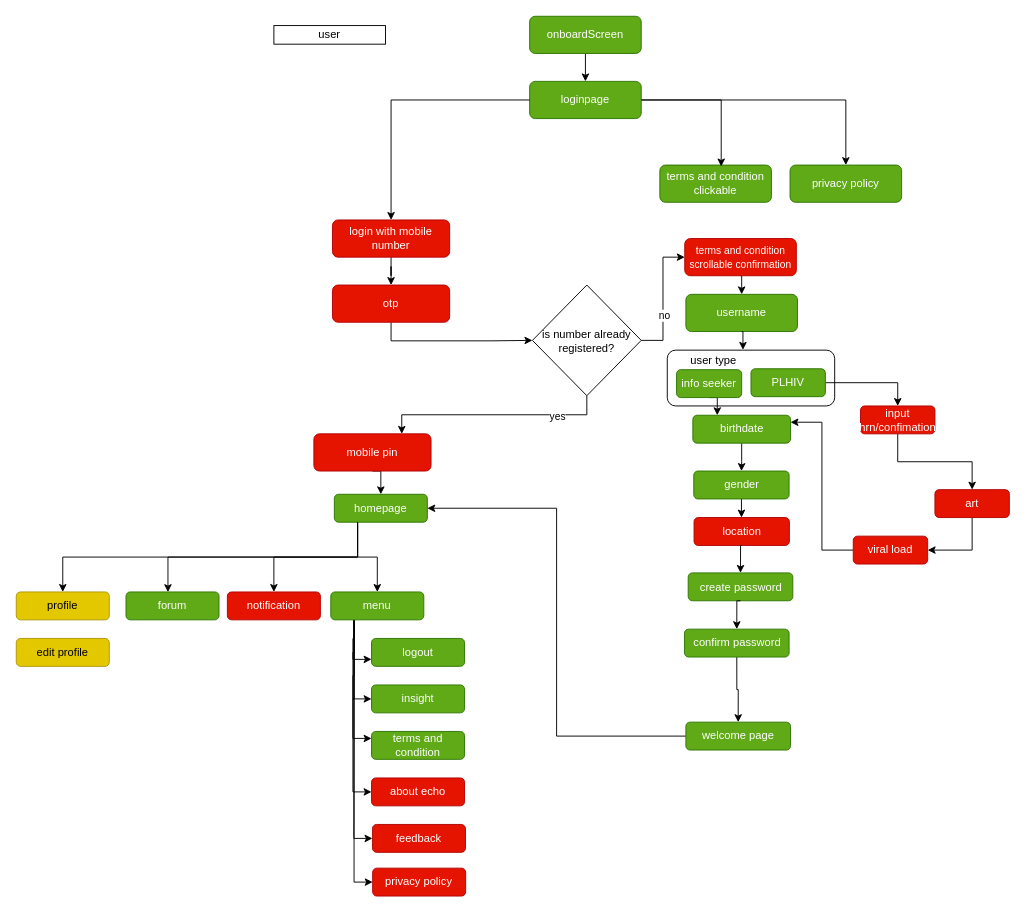
Before: Untitled Diagram.drawio in tehnczon/project-echo, a draw.io diagram. Source tidied: cells renumbered, new cells numbered last; positions are measured from the earlier drawing's top-left corner, leaving out a move shared by most shapes. Both pictures are drawn from the tidied source at 93%, with x=0, y=0 at pixel (16, 16).
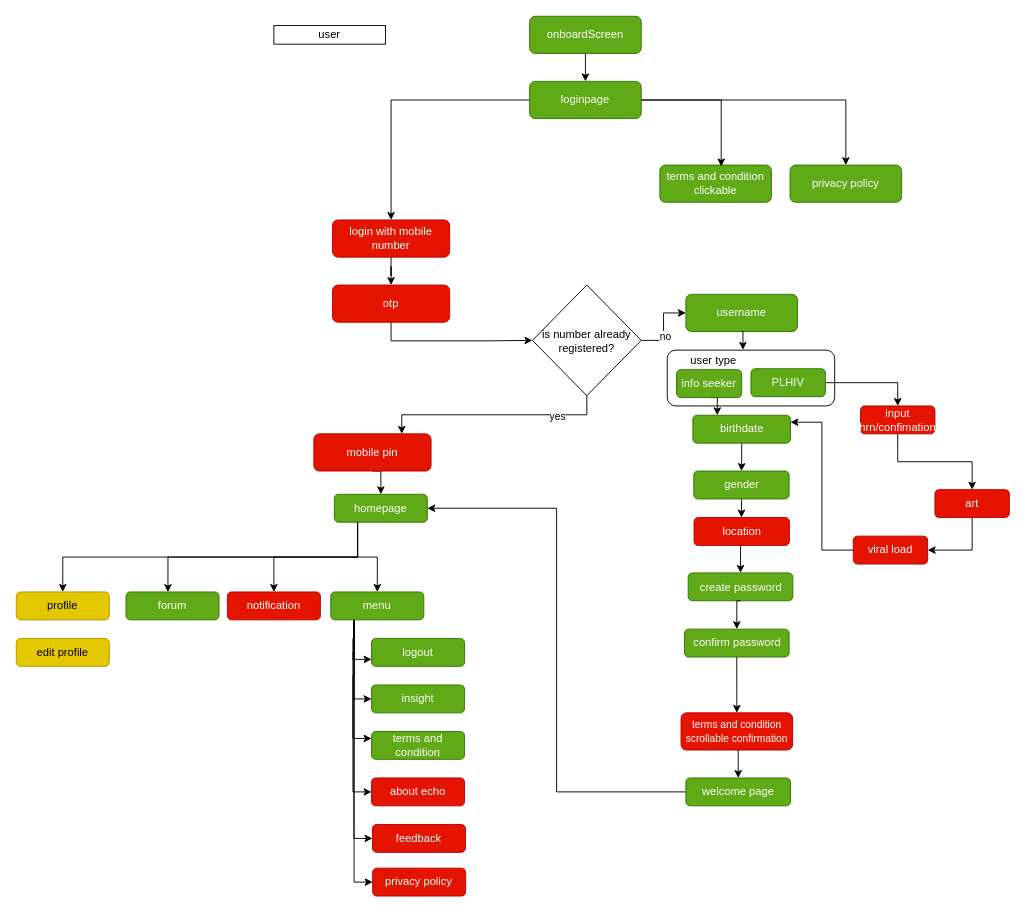
The same diagram, later.

The change refers to these unchanged cells:
```xml
<mxCell id="12" value="username" style="rounded=1;whiteSpace=wrap;html=1;fillColor=#60a917;fontColor=#ffffff;strokeColor=#2D7600;" parent="1" vertex="1">
  <mxGeometry x="720" y="299" width="120" height="40" as="geometry" />
</mxCell>
<mxCell id="69" value="is number already registered?" style="rhombus;whiteSpace=wrap;html=1;" parent="1" vertex="1">
  <mxGeometry x="555" y="289" width="117" height="119" as="geometry" />
</mxCell>
<mxCell id="71" value="confirm password" style="rounded=1;whiteSpace=wrap;html=1;fillColor=#60a917;fontColor=#ffffff;strokeColor=#2D7600;" parent="1" vertex="1">
  <mxGeometry x="718.5" y="659" width="112.5" height="30" as="geometry" />
</mxCell>
```

Diff of the diagram source:
```diff
@@
-    <mxCell id="22" style="edgeStyle=orthogonalEdgeStyle;rounded=0;jettySize=auto;html=1;exitX=0.5;exitY=1;exitDx=0;exitDy=0;entryX=0.5;entryY=0;entryDx=0;entryDy=0;" parent="1" edge="1" source="71" target="28">
+    <mxCell id="22" style="edgeStyle=orthogonalEdgeStyle;rounded=0;jettySize=auto;html=1;exitX=0.5;exitY=1;exitDx=0;exitDy=0;entryX=0.5;entryY=0;entryDx=0;entryDy=0;" parent="1" edge="1" source="52" target="28">
       <mxGeometry relative="1" as="geometry" />
     </mxCell>
@@
     <mxCell id="28" value="welcome page" style="rounded=1;whiteSpace=wrap;html=1;fillColor=#60a917;fontColor=#ffffff;strokeColor=#2D7600;" parent="1" vertex="1">
-      <mxGeometry x="720" y="759" width="112.5" height="30" as="geometry" />
+      <mxGeometry x="720" y="819" width="112.5" height="30" as="geometry" />
     </mxCell>
@@
-    <mxCell id="51" style="edgeStyle=orthogonalEdgeStyle;rounded=0;jettySize=auto;html=1;exitX=0.5;exitY=1;exitDx=0;exitDy=0;entryX=0.5;entryY=0;entryDx=0;entryDy=0;" parent="1" edge="1" source="52" target="12">
-      <mxGeometry relative="1" as="geometry" />
-    </mxCell>
-    <mxCell id="52" value="&lt;div&gt;&lt;font style=&quot;font-size: 11px;&quot;&gt;terms and condition scrollable confirmation&lt;/font&gt;&lt;/div&gt;" style="rounded=1;whiteSpace=wrap;html=1;fillColor=#e51400;fontColor=#ffffff;strokeColor=#B20000;" parent="1" vertex="1">
-      <mxGeometry x="718.8" y="239" width="120" height="40" as="geometry" />
-    </mxCell>
@@
-    <mxCell id="65" style="edgeStyle=orthogonalEdgeStyle;rounded=0;jettySize=auto;html=1;exitX=1;exitY=0.5;exitDx=0;exitDy=0;entryX=0;entryY=0.5;entryDx=0;entryDy=0;" parent="1" edge="1" source="69" target="52">
+    <mxCell id="65" style="edgeStyle=orthogonalEdgeStyle;rounded=0;jettySize=auto;html=1;exitX=1;exitY=0.5;exitDx=0;exitDy=0;entryX=0;entryY=0.5;entryDx=0;entryDy=0;" parent="1" edge="1" source="69" target="12">
       <mxGeometry relative="1" as="geometry" />
     </mxCell>
@@
+    <mxCell id="73" style="edgeStyle=orthogonalEdgeStyle;rounded=0;jettySize=auto;html=1;exitX=0.5;exitY=1;exitDx=0;exitDy=0;entryX=0.5;entryY=0;entryDx=0;entryDy=0;" parent="1" edge="1" source="71" target="52">
+      <mxGeometry relative="1" as="geometry" />
+    </mxCell>
+    <mxCell id="52" value="&lt;div&gt;&lt;font style=&quot;font-size: 11px;&quot;&gt;terms and condition scrollable confirmation&lt;/font&gt;&lt;/div&gt;" style="rounded=1;whiteSpace=wrap;html=1;fillColor=#e51400;fontColor=#ffffff;strokeColor=#B20000;" parent="1" vertex="1">
+      <mxGeometry x="714.8" y="749" width="120" height="40" as="geometry" />
+    </mxCell>
```
